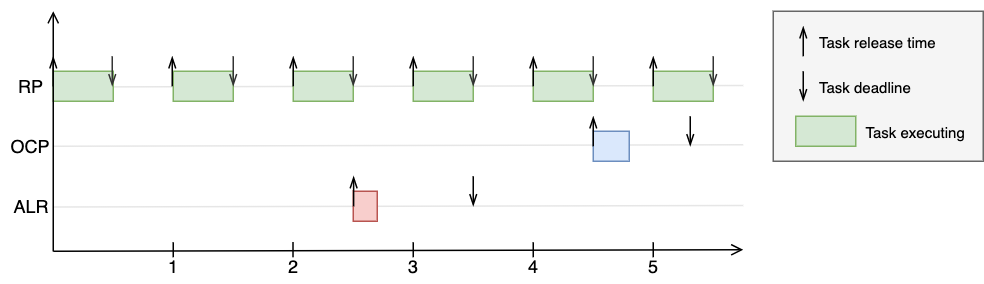
Before: report/images/timeline.png, a diagram exported from draw.io (jiayihu/SRT). Source tidied: cells renumbered, new cells last; positions are measured from the earlier drawing's top-left corner, leaving out a move shared by most shapes.
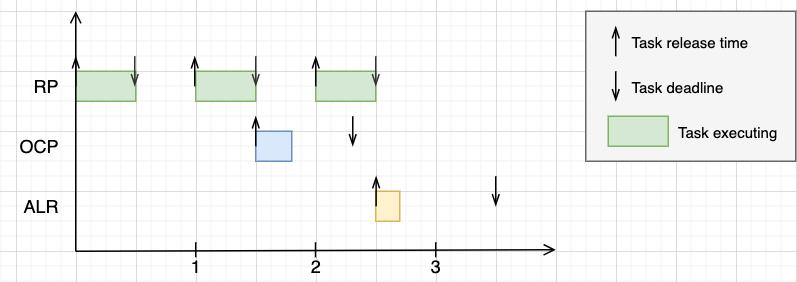
The same diagram one commit later.

Change to the diagram source:
```diff
@@ -2,27 +2,9 @@
   <root>
     <mxCell id="0" />
     <mxCell id="1" parent="0" />
-    <mxCell id="2" style="endArrow=none;html=1;endFill=0;strokeColor=#E6E6E6;" parent="1" edge="1">
-      <mxGeometry relative="1" as="geometry">
-        <mxPoint x="35" y="90" as="sourcePoint" />
-        <mxPoint x="495" y="89" as="targetPoint" />
-      </mxGeometry>
-    </mxCell>
-    <mxCell id="3" style="endArrow=none;html=1;endFill=0;strokeColor=#E6E6E6;" parent="1" edge="1">
-      <mxGeometry relative="1" as="geometry">
-        <mxPoint x="35" y="50.5" as="sourcePoint" />
-        <mxPoint x="495" y="49.5" as="targetPoint" />
-      </mxGeometry>
-    </mxCell>
-    <mxCell id="4" style="endArrow=none;html=1;endFill=0;strokeColor=#E6E6E6;" parent="1" edge="1">
-      <mxGeometry relative="1" as="geometry">
-        <mxPoint x="35" y="130.5" as="sourcePoint" />
-        <mxPoint x="495" y="129.5" as="targetPoint" />
-      </mxGeometry>
-    </mxCell>
-    <mxCell id="5" style="rounded=0;whiteSpace=wrap;html=1;fontSize=10;fillColor=#f5f5f5;strokeColor=#666666;fontColor=#333333;" parent="1" vertex="1">
-      <mxGeometry x="515" width="140" height="100" as="geometry" />
-    </mxCell>
+    <mxCell id="51" style="rounded=0;whiteSpace=wrap;html=1;fontSize=10;fillColor=#f5f5f5;strokeColor=#666666;fontColor=#333333;" parent="1" vertex="1">
+      <mxGeometry x="375" width="140" height="100" as="geometry" />
+    </mxCell>
     <mxCell id="6" value="1" style="text;html=1;align=center;verticalAlign=middle;" parent="1" vertex="1">
       <mxGeometry x="105" y="160" width="20" height="20" as="geometry" />
     </mxCell>
@@ -32,26 +14,20 @@
     <mxCell id="8" value="3" style="text;html=1;align=center;verticalAlign=middle;" parent="1" vertex="1">
       <mxGeometry x="265" y="160" width="20" height="20" as="geometry" />
     </mxCell>
-    <mxCell id="9" value="4" style="text;html=1;align=center;verticalAlign=middle;" parent="1" vertex="1">
-      <mxGeometry x="345" y="160" width="20" height="20" as="geometry" />
-    </mxCell>
-    <mxCell id="10" value="5" style="text;html=1;align=center;verticalAlign=middle;" parent="1" vertex="1">
-      <mxGeometry x="425" y="160" width="20" height="20" as="geometry" />
-    </mxCell>
-    <mxCell id="11" value="ALR" style="text;html=1;align=center;verticalAlign=middle;" parent="1" vertex="1">
-      <mxGeometry y="120" width="40" height="20" as="geometry" />
+    <mxCell id="11" value="ALR" style="text;html=1;align=right;verticalAlign=middle;" parent="1" vertex="1">
+      <mxGeometry x="-15" y="120" width="40" height="20" as="geometry" />
     </mxCell>
-    <mxCell id="12" style="whiteSpace=wrap;html=1;fillColor=#f8cecc;strokeColor=#b85450;" parent="1" vertex="1">
-      <mxGeometry x="235" y="120" width="16" height="20" as="geometry" />
-    </mxCell>
+    <mxCell id="52" style="whiteSpace=wrap;html=1;fillColor=#fff2cc;strokeColor=#d6b656;" parent="1" vertex="1">
+      <mxGeometry x="235" y="120" width="16" height="20" as="geometry" />
+    </mxCell>
-    <mxCell id="13" value="OCP" style="text;html=1;align=center;verticalAlign=middle;" parent="1" vertex="1">
-      <mxGeometry y="80" width="40" height="20" as="geometry" />
+    <mxCell id="13" value="OCP" style="text;html=1;align=right;verticalAlign=middle;" parent="1" vertex="1">
+      <mxGeometry x="-15" y="80" width="40" height="20" as="geometry" />
     </mxCell>
-    <mxCell id="14" style="whiteSpace=wrap;html=1;fillColor=#dae8fc;strokeColor=#6c8ebf;" parent="1" vertex="1">
-      <mxGeometry x="395" y="80" width="24" height="20" as="geometry" />
-    </mxCell>
+    <mxCell id="53" style="whiteSpace=wrap;html=1;fillColor=#dae8fc;strokeColor=#6c8ebf;" parent="1" vertex="1">
+      <mxGeometry x="155" y="80" width="24" height="20" as="geometry" />
+    </mxCell>
-    <mxCell id="15" value="RP" style="text;html=1;align=center;verticalAlign=middle;" parent="1" vertex="1">
-      <mxGeometry x="5" y="40" width="30" height="20" as="geometry" />
+    <mxCell id="15" value="RP" style="text;html=1;align=right;verticalAlign=middle;" parent="1" vertex="1">
+      <mxGeometry x="-5" y="40" width="30" height="20" as="geometry" />
     </mxCell>
     <mxCell id="16" style="whiteSpace=wrap;html=1;fillColor=#d5e8d4;strokeColor=#82b366;" parent="1" vertex="1">
       <mxGeometry x="35" y="40" width="40" height="20" as="geometry" />
@@ -62,176 +38,119 @@
     <mxCell id="18" style="whiteSpace=wrap;html=1;fillColor=#d5e8d4;strokeColor=#82b366;" parent="1" vertex="1">
       <mxGeometry x="195" y="40" width="40" height="20" as="geometry" />
     </mxCell>
-    <mxCell id="19" style="whiteSpace=wrap;html=1;fillColor=#d5e8d4;strokeColor=#82b366;" parent="1" vertex="1">
-      <mxGeometry x="275" y="40" width="40" height="20" as="geometry" />
-    </mxCell>
-    <mxCell id="20" style="endArrow=openThin;html=1;strokeWidth=1;endFill=0;" parent="1" edge="1">
-      <mxGeometry relative="1" as="geometry">
-        <mxPoint x="35" y="50" as="sourcePoint" />
-        <mxPoint x="35" y="30" as="targetPoint" />
-      </mxGeometry>
-    </mxCell>
-    <mxCell id="21" style="whiteSpace=wrap;html=1;fillColor=#d5e8d4;strokeColor=#82b366;" parent="1" vertex="1">
-      <mxGeometry x="355" y="40" width="40" height="20" as="geometry" />
-    </mxCell>
-    <mxCell id="22" style="whiteSpace=wrap;html=1;fillColor=#d5e8d4;strokeColor=#82b366;" parent="1" vertex="1">
-      <mxGeometry x="435" y="40" width="40" height="20" as="geometry" />
-    </mxCell>
-    <mxCell id="23" style="endArrow=openThin;html=1;strokeWidth=1;endFill=0;" parent="1" edge="1">
-      <mxGeometry relative="1" as="geometry">
-        <mxPoint x="395" y="90" as="sourcePoint" />
-        <mxPoint x="395" y="70" as="targetPoint" />
-      </mxGeometry>
-    </mxCell>
-    <mxCell id="24" style="endArrow=openThin;html=1;strokeWidth=1;endFill=0;" parent="1" edge="1">
-      <mxGeometry relative="1" as="geometry">
-        <mxPoint x="235.2" y="130" as="sourcePoint" />
-        <mxPoint x="235.2" y="110" as="targetPoint" />
-      </mxGeometry>
-    </mxCell>
-    <mxCell id="25" style="endArrow=openThin;html=1;strokeWidth=1;endFill=0;" parent="1" edge="1">
-      <mxGeometry relative="1" as="geometry">
-        <mxPoint x="114.3" y="50" as="sourcePoint" />
-        <mxPoint x="114.3" y="30" as="targetPoint" />
-      </mxGeometry>
-    </mxCell>
-    <mxCell id="26" style="endArrow=openThin;html=1;strokeWidth=1;endFill=0;" parent="1" edge="1">
-      <mxGeometry relative="1" as="geometry">
-        <mxPoint x="195" y="50" as="sourcePoint" />
-        <mxPoint x="195" y="30" as="targetPoint" />
-      </mxGeometry>
-    </mxCell>
-    <mxCell id="27" style="endArrow=openThin;html=1;strokeWidth=1;endFill=0;" parent="1" edge="1">
-      <mxGeometry relative="1" as="geometry">
-        <mxPoint x="275" y="50" as="sourcePoint" />
-        <mxPoint x="275" y="30" as="targetPoint" />
-      </mxGeometry>
-    </mxCell>
-    <mxCell id="28" style="endArrow=openThin;html=1;strokeWidth=1;endFill=0;" parent="1" edge="1">
-      <mxGeometry relative="1" as="geometry">
-        <mxPoint x="355" y="50" as="sourcePoint" />
-        <mxPoint x="355" y="30" as="targetPoint" />
-      </mxGeometry>
-    </mxCell>
-    <mxCell id="29" style="endArrow=openThin;html=1;strokeWidth=1;endFill=0;" parent="1" edge="1">
-      <mxGeometry relative="1" as="geometry">
-        <mxPoint x="435" y="50" as="sourcePoint" />
-        <mxPoint x="435" y="30" as="targetPoint" />
-      </mxGeometry>
-    </mxCell>
-    <mxCell id="30" style="endArrow=openThin;html=1;strokeWidth=1;endFill=0;strokeColor=#333333;" parent="1" edge="1">
-      <mxGeometry relative="1" as="geometry">
-        <mxPoint x="74.3" y="30" as="sourcePoint" />
-        <mxPoint x="74.3" y="50" as="targetPoint" />
-      </mxGeometry>
-    </mxCell>
-    <mxCell id="31" style="endArrow=openThin;html=1;strokeWidth=1;endFill=0;strokeColor=#333333;" parent="1" edge="1">
-      <mxGeometry relative="1" as="geometry">
-        <mxPoint x="155" y="30" as="sourcePoint" />
-        <mxPoint x="155" y="50" as="targetPoint" />
-      </mxGeometry>
-    </mxCell>
-    <mxCell id="32" style="endArrow=openThin;html=1;strokeWidth=1;endFill=0;strokeColor=#333333;" parent="1" edge="1">
-      <mxGeometry relative="1" as="geometry">
-        <mxPoint x="235" y="30" as="sourcePoint" />
-        <mxPoint x="235" y="50" as="targetPoint" />
-      </mxGeometry>
-    </mxCell>
-    <mxCell id="33" style="endArrow=openThin;html=1;strokeWidth=1;endFill=0;strokeColor=#333333;" parent="1" edge="1">
-      <mxGeometry relative="1" as="geometry">
-        <mxPoint x="315" y="30" as="sourcePoint" />
-        <mxPoint x="315" y="50" as="targetPoint" />
-      </mxGeometry>
-    </mxCell>
-    <mxCell id="34" style="endArrow=openThin;html=1;strokeWidth=1;endFill=0;strokeColor=#333333;" parent="1" edge="1">
-      <mxGeometry relative="1" as="geometry">
-        <mxPoint x="395" y="30" as="sourcePoint" />
-        <mxPoint x="395" y="50" as="targetPoint" />
-      </mxGeometry>
-    </mxCell>
-    <mxCell id="35" style="endArrow=openThin;html=1;strokeWidth=1;endFill=0;strokeColor=#333333;" parent="1" edge="1">
-      <mxGeometry relative="1" as="geometry">
-        <mxPoint x="475" y="30" as="sourcePoint" />
-        <mxPoint x="475" y="50" as="targetPoint" />
-      </mxGeometry>
-    </mxCell>
-    <mxCell id="36" style="endArrow=openThin;html=1;strokeWidth=1;endFill=0;" parent="1" edge="1">
-      <mxGeometry relative="1" as="geometry">
-        <mxPoint x="315" y="110" as="sourcePoint" />
-        <mxPoint x="315" y="130" as="targetPoint" />
-      </mxGeometry>
-    </mxCell>
-    <mxCell id="37" style="endArrow=openThin;html=1;strokeWidth=1;endFill=0;" parent="1" edge="1">
-      <mxGeometry relative="1" as="geometry">
-        <mxPoint x="459.7" y="70" as="sourcePoint" />
-        <mxPoint x="459.7" y="90" as="targetPoint" />
-      </mxGeometry>
-    </mxCell>
-    <mxCell id="38" style="endArrow=open;html=1;endFill=0;" parent="1" edge="1">
-      <mxGeometry relative="1" as="geometry">
-        <mxPoint x="35" y="160" as="sourcePoint" />
-        <mxPoint x="495" y="159" as="targetPoint" />
-      </mxGeometry>
-    </mxCell>
-    <mxCell id="39" style="endArrow=open;html=1;endFill=0;" parent="1" edge="1">
-      <mxGeometry relative="1" as="geometry">
-        <mxPoint x="35" y="160" as="sourcePoint" />
-        <mxPoint x="35" as="targetPoint" />
-      </mxGeometry>
-    </mxCell>
-    <mxCell id="40" style="endArrow=openThin;html=1;strokeWidth=1;endFill=0;" parent="1" edge="1">
-      <mxGeometry relative="1" as="geometry">
-        <mxPoint x="535" y="30" as="sourcePoint" />
-        <mxPoint x="535" y="10" as="targetPoint" />
-      </mxGeometry>
-    </mxCell>
+    <mxCell id="54" style="endArrow=openThin;html=1;strokeWidth=1;endFill=0;" parent="1" edge="1">
+      <mxGeometry relative="1" as="geometry">
+        <mxPoint x="35" y="50" as="sourcePoint" />
+        <mxPoint x="35" y="30" as="targetPoint" />
+      </mxGeometry>
+    </mxCell>
+    <mxCell id="55" style="endArrow=openThin;html=1;strokeWidth=1;endFill=0;" parent="1" edge="1">
+      <mxGeometry relative="1" as="geometry">
+        <mxPoint x="155" y="90" as="sourcePoint" />
+        <mxPoint x="155" y="70" as="targetPoint" />
+      </mxGeometry>
+    </mxCell>
+    <mxCell id="56" style="endArrow=openThin;html=1;strokeWidth=1;endFill=0;" parent="1" edge="1">
+      <mxGeometry relative="1" as="geometry">
+        <mxPoint x="235.2" y="130" as="sourcePoint" />
+        <mxPoint x="235.2" y="110" as="targetPoint" />
+      </mxGeometry>
+    </mxCell>
+    <mxCell id="57" style="endArrow=openThin;html=1;strokeWidth=1;endFill=0;" parent="1" edge="1">
+      <mxGeometry relative="1" as="geometry">
+        <mxPoint x="114.3" y="50" as="sourcePoint" />
+        <mxPoint x="114.3" y="30" as="targetPoint" />
+      </mxGeometry>
+    </mxCell>
+    <mxCell id="58" style="endArrow=openThin;html=1;strokeWidth=1;endFill=0;" parent="1" edge="1">
+      <mxGeometry relative="1" as="geometry">
+        <mxPoint x="195" y="50" as="sourcePoint" />
+        <mxPoint x="195" y="30" as="targetPoint" />
+      </mxGeometry>
+    </mxCell>
+    <mxCell id="59" style="endArrow=openThin;html=1;strokeWidth=1;endFill=0;strokeColor=#333333;" parent="1" edge="1">
+      <mxGeometry relative="1" as="geometry">
+        <mxPoint x="74.3" y="30" as="sourcePoint" />
+        <mxPoint x="74.3" y="50" as="targetPoint" />
+      </mxGeometry>
+    </mxCell>
+    <mxCell id="60" style="endArrow=openThin;html=1;strokeWidth=1;endFill=0;strokeColor=#333333;" parent="1" edge="1">
+      <mxGeometry relative="1" as="geometry">
+        <mxPoint x="155" y="30" as="sourcePoint" />
+        <mxPoint x="155" y="50" as="targetPoint" />
+      </mxGeometry>
+    </mxCell>
+    <mxCell id="61" style="endArrow=openThin;html=1;strokeWidth=1;endFill=0;strokeColor=#333333;" parent="1" edge="1">
+      <mxGeometry relative="1" as="geometry">
+        <mxPoint x="235" y="30" as="sourcePoint" />
+        <mxPoint x="235" y="50" as="targetPoint" />
+      </mxGeometry>
+    </mxCell>
+    <mxCell id="62" style="endArrow=openThin;html=1;strokeWidth=1;endFill=0;" parent="1" edge="1">
+      <mxGeometry relative="1" as="geometry">
+        <mxPoint x="315" y="110" as="sourcePoint" />
+        <mxPoint x="315" y="130" as="targetPoint" />
+      </mxGeometry>
+    </mxCell>
+    <mxCell id="63" style="endArrow=openThin;html=1;strokeWidth=1;endFill=0;" parent="1" edge="1">
+      <mxGeometry relative="1" as="geometry">
+        <mxPoint x="219.7" y="70" as="sourcePoint" />
+        <mxPoint x="219.7" y="90" as="targetPoint" />
+      </mxGeometry>
+    </mxCell>
+    <mxCell id="64" style="endArrow=open;html=1;endFill=0;" parent="1" edge="1">
+      <mxGeometry relative="1" as="geometry">
+        <mxPoint x="35" y="160" as="sourcePoint" />
+        <mxPoint x="355" y="159" as="targetPoint" />
+      </mxGeometry>
+    </mxCell>
+    <mxCell id="65" style="endArrow=open;html=1;endFill=0;" parent="1" edge="1">
+      <mxGeometry relative="1" as="geometry">
+        <mxPoint x="35" y="160" as="sourcePoint" />
+        <mxPoint x="35" as="targetPoint" />
+      </mxGeometry>
+    </mxCell>
+    <mxCell id="66" style="endArrow=openThin;html=1;strokeWidth=1;endFill=0;" parent="1" edge="1">
+      <mxGeometry relative="1" as="geometry">
+        <mxPoint x="395" y="30" as="sourcePoint" />
+        <mxPoint x="395" y="10" as="targetPoint" />
+      </mxGeometry>
+    </mxCell>
     <mxCell id="41" value="Task release time" style="text;html=1;align=left;verticalAlign=middle;fontSize=10;" parent="1" vertex="1">
-      <mxGeometry x="544" y="10" width="90" height="20" as="geometry" />
+      <mxGeometry x="404" y="10" width="90" height="20" as="geometry" />
     </mxCell>
-    <mxCell id="42" style="endArrow=openThin;html=1;strokeWidth=1;endFill=0;" parent="1" edge="1">
-      <mxGeometry relative="1" as="geometry">
-        <mxPoint x="535" y="40" as="sourcePoint" />
-        <mxPoint x="535" y="60" as="targetPoint" />
-      </mxGeometry>
-    </mxCell>
+    <mxCell id="67" style="endArrow=openThin;html=1;strokeWidth=1;endFill=0;" parent="1" edge="1">
+      <mxGeometry relative="1" as="geometry">
+        <mxPoint x="395" y="40" as="sourcePoint" />
+        <mxPoint x="395" y="60" as="targetPoint" />
+      </mxGeometry>
+    </mxCell>
     <mxCell id="43" value="Task deadline" style="text;html=1;align=left;verticalAlign=middle;fontSize=10;" parent="1" vertex="1">
-      <mxGeometry x="544" y="40" width="80" height="20" as="geometry" />
+      <mxGeometry x="404" y="40" width="80" height="20" as="geometry" />
     </mxCell>
-    <mxCell id="44" style="whiteSpace=wrap;html=1;fillColor=#d5e8d4;strokeColor=#82b366;" parent="1" vertex="1">
-      <mxGeometry x="530" y="70" width="40" height="20" as="geometry" />
-    </mxCell>
+    <mxCell id="68" style="whiteSpace=wrap;html=1;fillColor=#d5e8d4;strokeColor=#82b366;" parent="1" vertex="1">
+      <mxGeometry x="390" y="70" width="40" height="20" as="geometry" />
+    </mxCell>
     <mxCell id="45" value="Task executing" style="text;html=1;align=left;verticalAlign=middle;fontSize=10;" parent="1" vertex="1">
-      <mxGeometry x="575" y="70" width="80" height="20" as="geometry" />
+      <mxGeometry x="435" y="70" width="80" height="20" as="geometry" />
     </mxCell>
-    <mxCell id="46" style="endArrow=none;html=1;strokeColor=#000000;fontSize=10;" parent="1" edge="1">
-      <mxGeometry relative="1" as="geometry">
-        <mxPoint x="115" y="164" as="sourcePoint" />
-        <mxPoint x="115" y="154" as="targetPoint" />
-      </mxGeometry>
-    </mxCell>
-    <mxCell id="47" style="endArrow=none;html=1;strokeColor=#000000;fontSize=10;" parent="1" edge="1">
-      <mxGeometry relative="1" as="geometry">
-        <mxPoint x="194.8" y="164" as="sourcePoint" />
-        <mxPoint x="194.8" y="154" as="targetPoint" />
-      </mxGeometry>
-    </mxCell>
-    <mxCell id="48" style="endArrow=none;html=1;strokeColor=#000000;fontSize=10;" parent="1" edge="1">
-      <mxGeometry relative="1" as="geometry">
-        <mxPoint x="275" y="164" as="sourcePoint" />
-        <mxPoint x="275" y="154" as="targetPoint" />
-      </mxGeometry>
-    </mxCell>
-    <mxCell id="49" style="endArrow=none;html=1;strokeColor=#000000;fontSize=10;" parent="1" edge="1">
-      <mxGeometry relative="1" as="geometry">
-        <mxPoint x="355" y="164" as="sourcePoint" />
-        <mxPoint x="355" y="154" as="targetPoint" />
-      </mxGeometry>
-    </mxCell>
-    <mxCell id="50" style="endArrow=none;html=1;strokeColor=#000000;fontSize=10;" parent="1" edge="1">
-      <mxGeometry relative="1" as="geometry">
-        <mxPoint x="435" y="164" as="sourcePoint" />
-        <mxPoint x="435" y="154" as="targetPoint" />
-      </mxGeometry>
-    </mxCell>
+    <mxCell id="69" style="endArrow=none;html=1;strokeColor=#000000;fontSize=10;" parent="1" edge="1">
+      <mxGeometry relative="1" as="geometry">
+        <mxPoint x="115" y="164" as="sourcePoint" />
+        <mxPoint x="115" y="154" as="targetPoint" />
+      </mxGeometry>
+    </mxCell>
+    <mxCell id="70" style="endArrow=none;html=1;strokeColor=#000000;fontSize=10;" parent="1" edge="1">
+      <mxGeometry relative="1" as="geometry">
+        <mxPoint x="194.8" y="164" as="sourcePoint" />
+        <mxPoint x="194.8" y="154" as="targetPoint" />
+      </mxGeometry>
+    </mxCell>
+    <mxCell id="71" style="endArrow=none;html=1;strokeColor=#000000;fontSize=10;" parent="1" edge="1">
+      <mxGeometry relative="1" as="geometry">
+        <mxPoint x="275" y="164" as="sourcePoint" />
+        <mxPoint x="275" y="154" as="targetPoint" />
+      </mxGeometry>
+    </mxCell>
   </root>
 </mxGraphModel>
```
